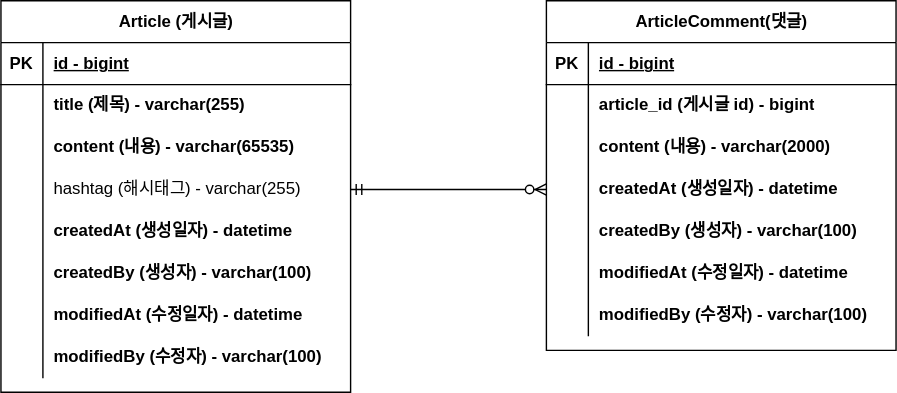
LimdaeIl/JPABoard keeps this draw.io diagram as document/boot-board-erd.svg. Above is the earlier version. Source tidied: cells renumbered, new cells last; positions are measured from the earlier drawing's top-left corner, leaving out a move shared by most shapes.
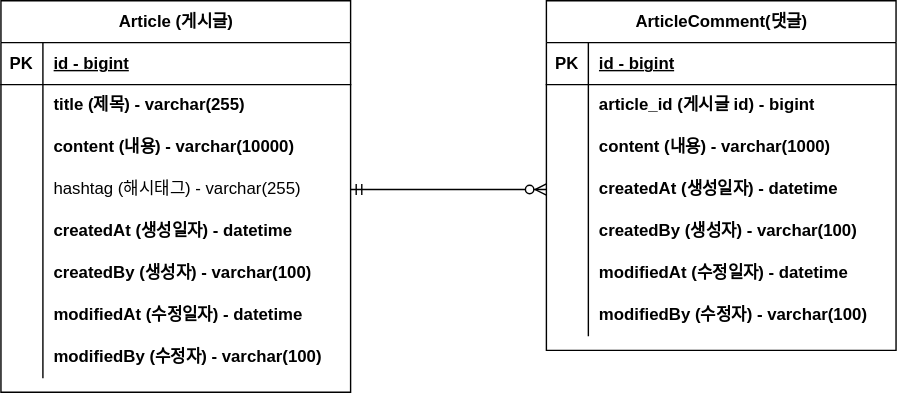
After the commit.

Commit message:
#10 - ERD 벡터 이미지의 content 크기 변경했습니다.

What changed in the source:
```diff
@@ -29,7 +29,7 @@
     <mxCell id="10" style="shape=partialRectangle;fillColor=none;top=0;left=0;bottom=0;right=0;overflow=hidden;whiteSpace=wrap;html=1;" parent="9" vertex="1">
       <mxGeometry width="30" height="30" as="geometry" />
     </mxCell>
-    <mxCell id="11" value="content (내용) - varchar(65535)" style="shape=partialRectangle;fillColor=none;top=0;left=0;bottom=0;right=0;align=left;spacingLeft=6;overflow=hidden;whiteSpace=wrap;html=1;fontStyle=1;" parent="9" vertex="1">
+    <mxCell id="11" value="content (내용) - varchar(10000)" style="shape=partialRectangle;fillColor=none;top=0;left=0;bottom=0;right=0;align=left;spacingLeft=6;overflow=hidden;whiteSpace=wrap;html=1;fontStyle=1;" parent="9" vertex="1">
       <mxGeometry x="30" width="220" height="30" as="geometry" />
     </mxCell>
     <mxCell id="12" style="shape=tableRow;horizontal=0;startSize=0;swimlaneHead=0;swimlaneBody=0;fillColor=none;points=[[0,0.5],[1,0.5]];portConstraint=eastwest;top=0;left=0;right=0;bottom=0;" parent="2" vertex="1">
@@ -104,7 +104,7 @@
     <mxCell id="35" style="shape=partialRectangle;fillColor=none;top=0;left=0;bottom=0;right=0;overflow=hidden;whiteSpace=wrap;html=1;" parent="34" vertex="1">
       <mxGeometry width="30" height="30" as="geometry" />
     </mxCell>
-    <mxCell id="36" value="content (내용) - varchar(2000)" style="shape=partialRectangle;fillColor=none;top=0;left=0;bottom=0;right=0;align=left;spacingLeft=6;overflow=hidden;whiteSpace=wrap;html=1;fontStyle=1;" parent="34" vertex="1">
+    <mxCell id="36" value="content (내용) - varchar(1000)" style="shape=partialRectangle;fillColor=none;top=0;left=0;bottom=0;right=0;align=left;spacingLeft=6;overflow=hidden;whiteSpace=wrap;html=1;fontStyle=1;" parent="34" vertex="1">
       <mxGeometry x="30" width="220" height="30" as="geometry" />
     </mxCell>
     <mxCell id="37" style="shape=tableRow;horizontal=0;startSize=0;swimlaneHead=0;swimlaneBody=0;fillColor=none;points=[[0,0.5],[1,0.5]];portConstraint=eastwest;top=0;left=0;right=0;bottom=0;" parent="27" vertex="1">
```
